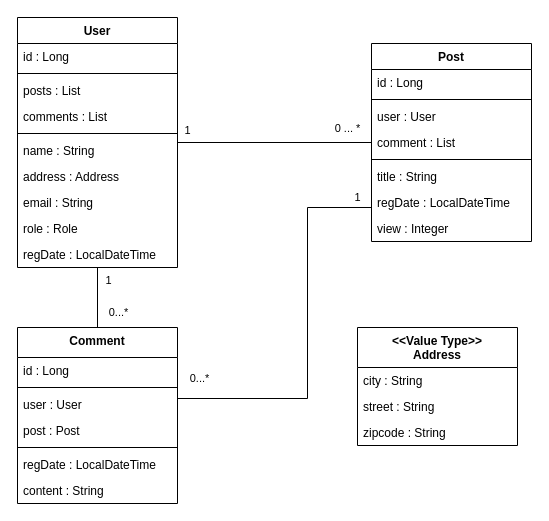
Before: ERD/ERD_JpaEntity.drawio in gyuray-dev/spring_forum, a draw.io diagram. Source tidied: cells renumbered, new cells numbered last; positions are measured from the earlier drawing's top-left corner, leaving out a move shared by most shapes. Both pictures are drawn from the tidied source at 100%, with x=0, y=0 at pixel (17, 17).
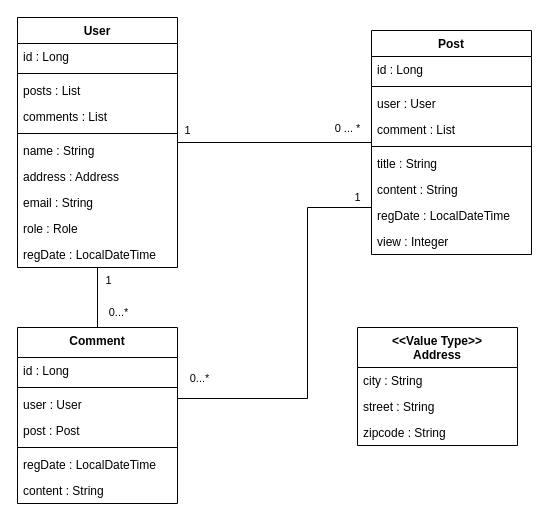
After the change.

Commit message (it also covers changes not shown here):
Add content field in Post Class

The edit, as a diff of the source:
```diff
@@
     <mxCell id="34" value="Post" style="swimlane;fontStyle=1;horizontal=1;startSize=26;points=[[0,0,0,0,0],[0,0.25,0,0,0],[0,0.5,0,0,0],[0,0.75,0,0,0],[0,1,0,0,0],[0.25,0,0,0,0],[0.25,1,0,0,0],[0.5,0,0,0,0],[0.5,1,0,0,0],[0.75,0,0,0,0],[0.75,1,0,0,0],[1,0,0,0,0],[1,0.25,0,0,0],[1,0.5,0,0,0],[1,0.75,0,0,0],[1,1,0,0,0]];" parent="1" vertex="1">
-      <mxGeometry x="354" y="26" width="160" height="198" as="geometry" />
+      <mxGeometry x="354" y="13" width="160" height="224" as="geometry" />
     </mxCell>
@@
+    <mxCell id="43" value="content : String" style="text;strokeColor=none;fillColor=none;align=left;verticalAlign=top;spacingLeft=4;spacingRight=4;overflow=hidden;" parent="34" vertex="1">
+      <mxGeometry y="146" width="160" height="26" as="geometry" />
+    </mxCell>
     <mxCell id="41" value="regDate : LocalDateTime" style="text;strokeColor=none;fillColor=none;align=left;verticalAlign=top;spacingLeft=4;spacingRight=4;overflow=hidden;" parent="34" vertex="1">
-      <mxGeometry y="146" width="160" height="26" as="geometry" />
+      <mxGeometry y="172" width="160" height="26" as="geometry" />
     </mxCell>
     <mxCell id="42" value="view : Integer" style="text;strokeColor=none;fillColor=none;align=left;verticalAlign=top;spacingLeft=4;spacingRight=4;overflow=hidden;" parent="34" vertex="1">
-      <mxGeometry y="172" width="160" height="26" as="geometry" />
+      <mxGeometry y="198" width="160" height="26" as="geometry" />
     </mxCell>
```
